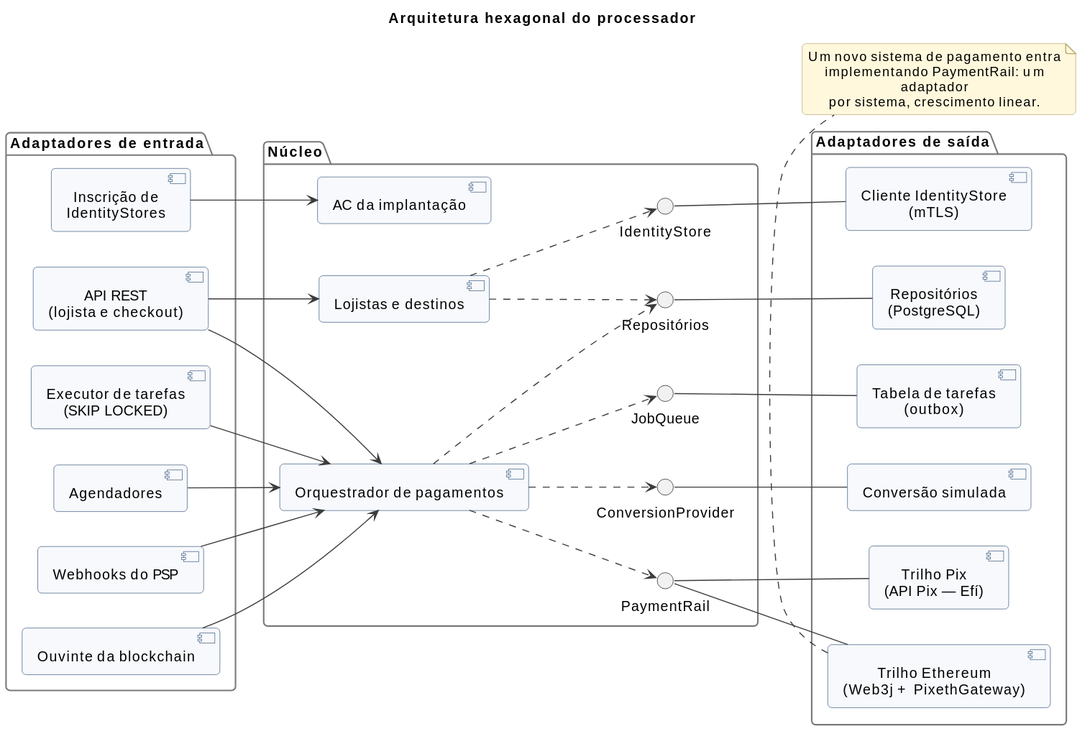
Above: docs/diagrams/svg/arquitetura/componentes-hexagonal.svg in BrunoViotto18/Pixeth (PlantUML), before the change.
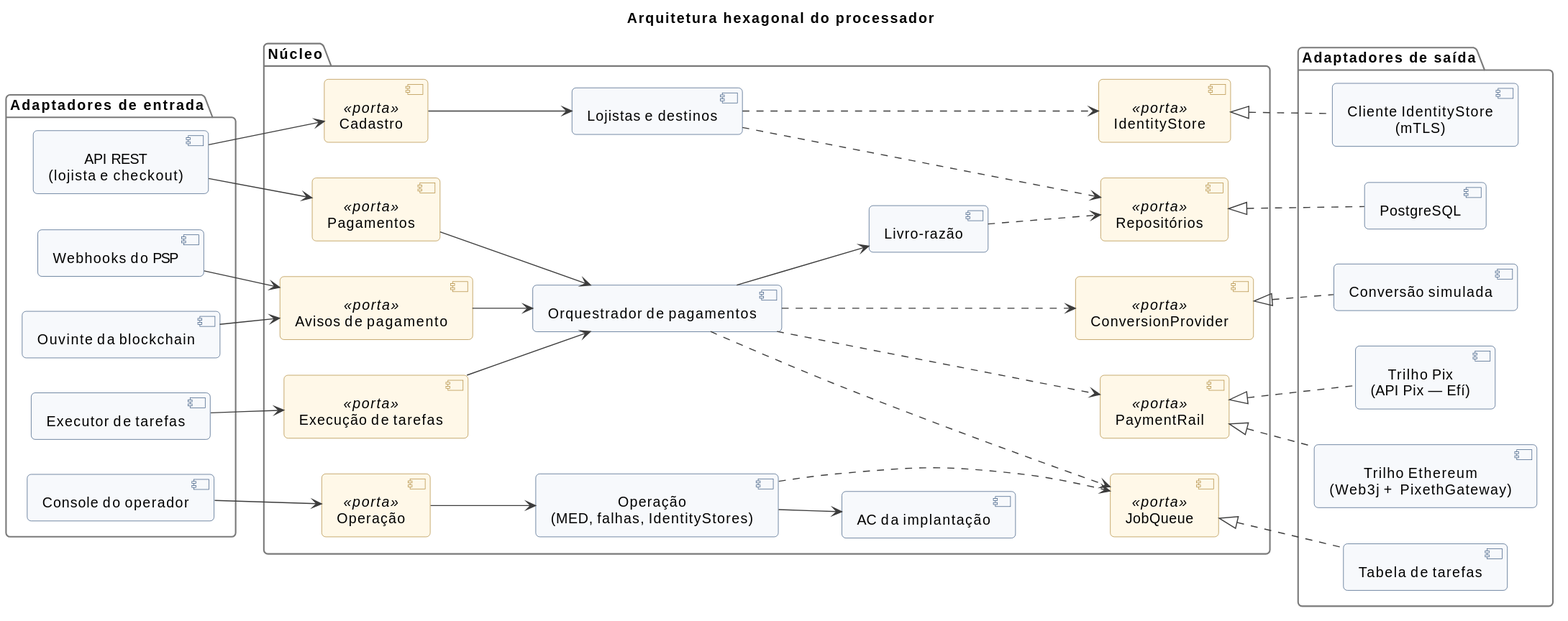
After the commit.

Commit message:
refactor: Refactor hexagonal components diagram and ports/adapters

What changed in the source:
```diff
@@ -4,61 +4,76 @@
 title Arquitetura hexagonal do processador
 
 left to right direction
+skinparam component<<porta>> {
+  BackgroundColor #FFF8E8
+  BorderColor #B08A3C
+}
 
-package "Adaptadores de entrada" {
+package "Adaptadores de entrada" as g_in {
   component "API REST\n(lojista e checkout)" as restApi
   component "Webhooks do PSP" as pspWebhook
-  component "Inscrição de\nIdentityStores" as enrollApi
   component "Ouvinte da blockchain" as chainListener
-  component "Executor de tarefas\n(SKIP LOCKED)" as jobRunner
-  component "Agendadores" as schedulers
+  component "Executor de tarefas" as jobRunner
+  component "Console do operador" as console
 }
 
-package "Núcleo" {
+package "Núcleo" as g_core {
+  component "Cadastro" <<porta>> as IMerch
+  component "Pagamentos" <<porta>> as IPay
+  component "Operação" <<porta>> as IOps
+  component "Avisos de pagamento" <<porta>> as INotif
+  component "Execução de tarefas" <<porta>> as ISteps
+
+  component "Lojistas e destinos" as merchants
+  component "Operação\n(MED, falhas, IdentityStores)" as ops
   component "Orquestrador de pagamentos" as orch
-  component "Lojistas e destinos" as merchants
+  component "Livro-razão" as ledger
   component "AC da implantação" as pki
-  interface "PaymentRail" as IRail
-  interface "ConversionProvider" as IConv
-  interface "IdentityStore" as IIdentity
-  interface "JobQueue" as IJobs
-  interface "Repositórios" as IRepo
+
+  component "IdentityStore" <<porta>> as IIdentity
+  component "Repositórios" <<porta>> as IRepo
+  component "JobQueue" <<porta>> as IJobs
+  component "PaymentRail" <<porta>> as IRail
+  component "ConversionProvider" <<porta>> as IConv
 }
 
-package "Adaptadores de saída" {
+package "Adaptadores de saída" as g_out {
+  component "Cliente IdentityStore\n(mTLS)" as idClient
+  component "PostgreSQL" as pg
+  component "Trilho Ethereum\n(Web3j + PixethGateway)" as ethRail
   component "Trilho Pix\n(API Pix — Efí)" as pixRail
-  component "Trilho Ethereum\n(Web3j + PixethGateway)" as ethRail
   component "Conversão simulada" as convMock
-  component "Cliente IdentityStore\n(mTLS)" as idClient
-  component "Tabela de tarefas\n(outbox)" as jobTable
-  component "Repositórios\n(PostgreSQL)" as jpa
+  component "Tabela de tarefas" as jobTable
 }
 
-restApi --> orch
-restApi --> merchants
-pspWebhook --> orch
-enrollApi --> pki
-chainListener --> orch
-jobRunner --> orch
-schedulers --> orch
+restApi --> IMerch
+restApi --> IPay
+pspWebhook --> INotif
+chainListener --> INotif
+jobRunner --> ISteps
+console --> IOps
 
-orch ..> IRail
-orch ..> IConv
-orch ..> IJobs
-orch ..> IRepo
-merchants ..> IIdentity
-merchants ..> IRepo
+IMerch --> merchants
+IPay --> orch
+IOps --> ops
+INotif --> orch
+ISteps --> orch
 
-IRail -- pixRail
-IRail -- ethRail
-IConv -- convMock
-IIdentity -- idClient
-IJobs -- jobTable
-IRepo -- jpa
+ops --> pki
+orch --> ledger
 
-note bottom of ethRail
-  Um novo sistema de pagamento entra
-  implementando PaymentRail: um adaptador
-  por sistema, crescimento linear.
-end note
+merchants ...> IIdentity
+merchants ...> IRepo
+ledger ..> IRepo
+ops ...> IJobs
+orch ...> IJobs
+orch ...> IRail
+orch ...> IConv
+
+IIdentity <|.. idClient
+IRepo <|.. pg
+IRail <|.. pixRail
+IRail <|.. ethRail
+IConv <|.. convMock
+IJobs <|.. jobTable
 @enduml
```
